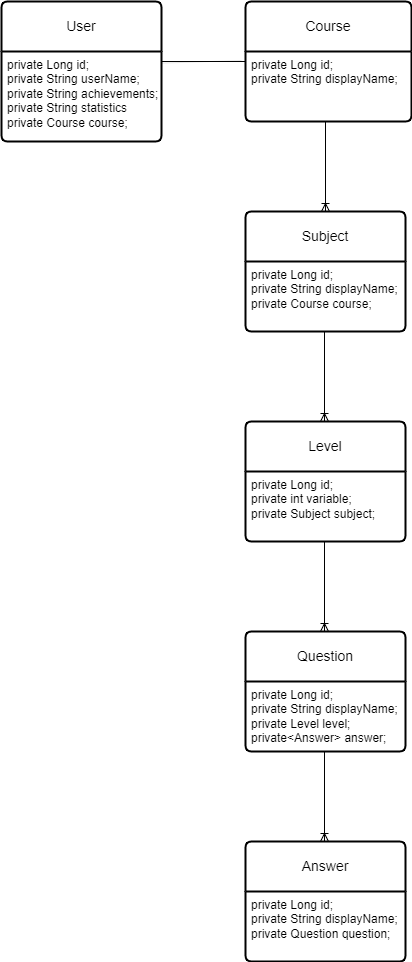
Earlier version of the draw.io export docs/relationship-diagram.png (TobiaszCh/CodeSage). Source tidied: cells renumbered, new cells last; positions are measured from the earlier drawing's top-left corner, leaving out a move shared by most shapes.
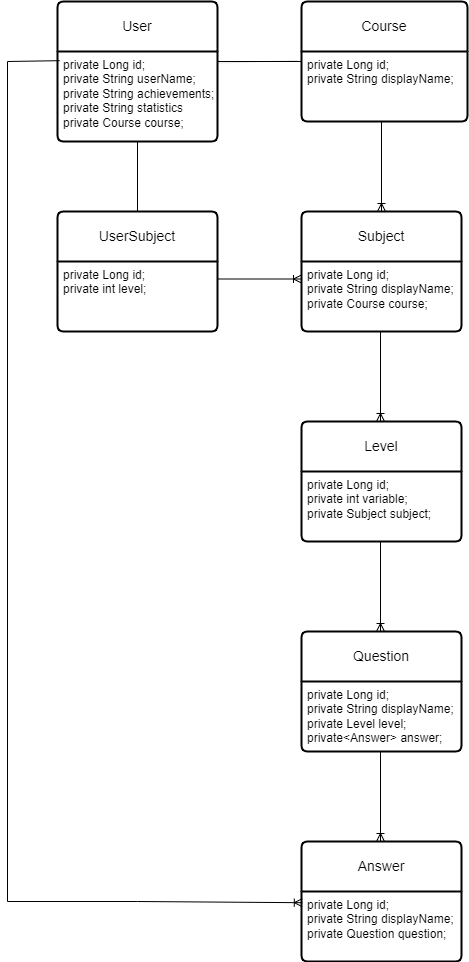
The same file after the commit.

Diff of the diagram source:
```diff
@@ -74,5 +74,26 @@
     <mxCell id="19" value="private Long id;&lt;br&gt;private String displayName;&lt;br style=&quot;border-color: var(--border-color);&quot;&gt;private Question question;" style="align=left;strokeColor=none;fillColor=none;spacingLeft=4;fontSize=12;verticalAlign=top;html=1;" parent="18" vertex="1">
       <mxGeometry y="50" width="160" height="70" as="geometry" />
     </mxCell>
+    <mxCell id="20" value="UserSubject" style="swimlane;horizontal=1;startSize=50;rounded=1;fontSize=14;fontStyle=0;strokeWidth=2;shadow=0;dashed=0;align=center;arcSize=4;whiteSpace=wrap;html=1;" parent="1" vertex="1">
+      <mxGeometry y="210" width="160" height="120" as="geometry" />
+    </mxCell>
+    <mxCell id="21" value="private Long id;&lt;br&gt;private int level;" style="align=left;strokeColor=none;fillColor=none;spacingLeft=4;fontSize=12;verticalAlign=top;html=1;" parent="20" vertex="1">
+      <mxGeometry y="50" width="160" height="70" as="geometry" />
+    </mxCell>
+    <mxCell id="22" style="fontSize=12;html=1;endArrow=ERoneToMany;rounded=0;entryX=0.005;entryY=0.16;entryDx=0;entryDy=0;exitX=0.013;exitY=0.102;exitDx=0;exitDy=0;entryPerimeter=0;exitPerimeter=0;" parent="1" edge="1" source="11" target="19">
+      <mxGeometry relative="1" as="geometry">
+        <Array as="points">
+          <mxPoint x="-50" y="60" />
+          <mxPoint x="-50" y="900" />
+          <mxPoint x="80" y="900" />
+        </Array>
+      </mxGeometry>
+    </mxCell>
+    <mxCell id="23" style="fontSize=12;html=1;endArrow=ERoneToMany;rounded=0;entryX=0;entryY=0.25;entryDx=0;entryDy=0;exitX=1;exitY=0.25;exitDx=0;exitDy=0;" parent="1" edge="1" source="21" target="5">
+      <mxGeometry relative="1" as="geometry" />
+    </mxCell>
+    <mxCell id="24" style="endArrow=none;html=1;rounded=0;exitX=0.5;exitY=1;exitDx=0;exitDy=0;entryX=0.5;entryY=0;entryDx=0;entryDy=0;" parent="1" edge="1" source="11" target="20">
+      <mxGeometry relative="1" as="geometry" />
+    </mxCell>
   </root>
 </mxGraphModel>
```
